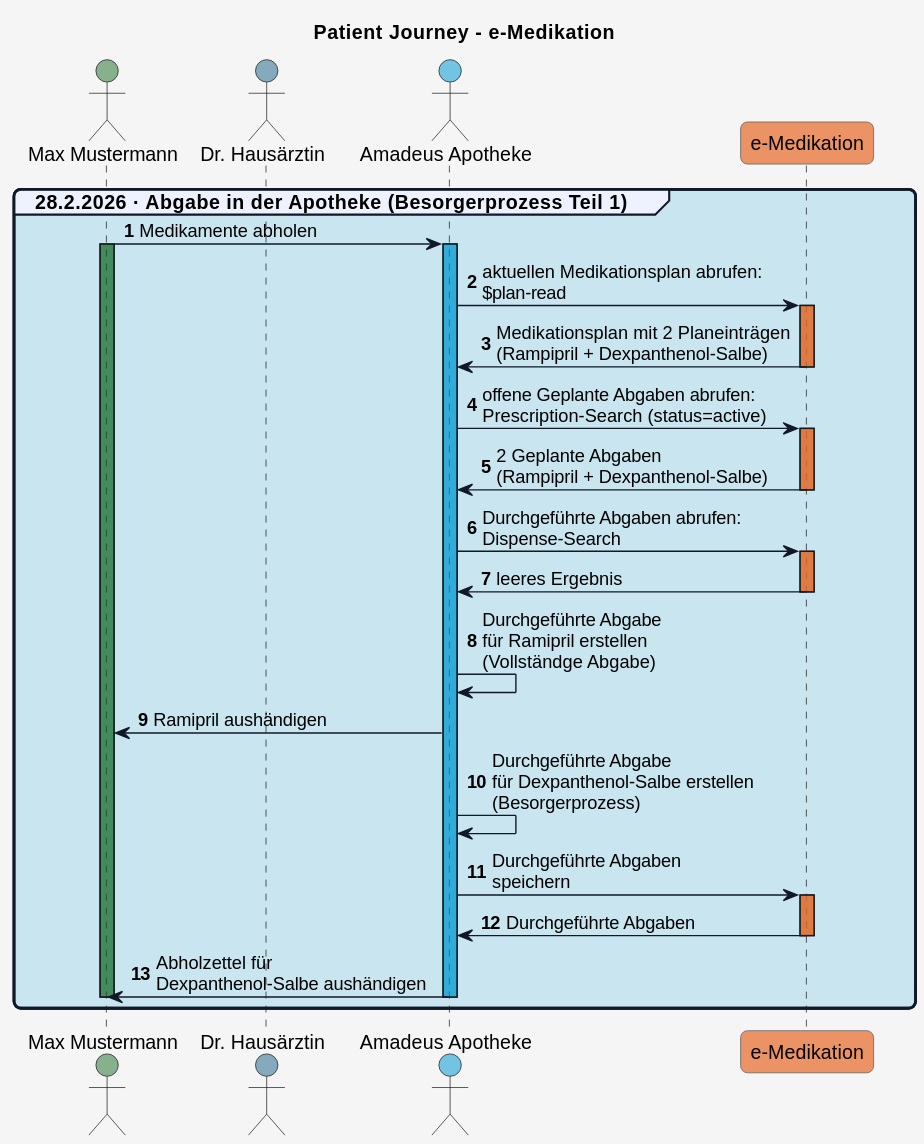
The PlantUML diagram r4-ELGA-e-Medikation-main/plantuml/patient_journey_04.svg in HL7Austria/hl7austria.github.io, before a commit.
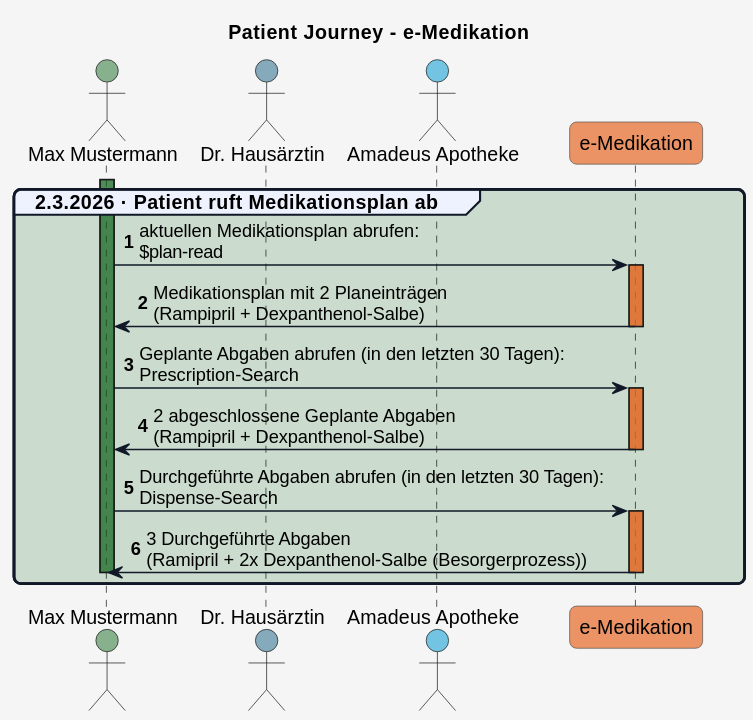
The same diagram one commit later.

Diff of the diagram source:
```diff
@@ -55,44 +55,28 @@
 actor Apotheke as "Amadeus Apotheke" COLOR_APO
 participant eMed_FA as "e-Medikation" COLOR_EMED_FA
 
-
 !define GROUP_ARZT          #96607D30
 !define GROUP_APO           #0F9ED530
 !define GROUP_KH           #beaf3c30
 !define GROUP_PAT           #196B2430
 
-
 autonumber
 
+group GROUP_PAT 2.3.2026 · Patient ruft Medikationsplan ab
 
-group GROUP_APO 28.2.2026 · Abgabe in der Apotheke (Besorgerprozess Teil 1)
-
-  Patient -> Apotheke: Medikamente abholen
   activate Patient COLOR_PATIENT
-  activate Apotheke COLOR_APO
-  Apotheke -> eMed_FA: aktuellen Medikationsplan abrufen:\n$plan-read
+  Patient -> eMed_FA: aktuellen Medikationsplan abrufen:\n$plan-read
   activate eMed_FA COLOR_EMED_FA
-  eMed_FA -> Apotheke: Medikationsplan mit 2 Planeinträgen\n(Rampipril + Dexpanthenol-Salbe)
+  eMed_FA -> Patient: Medikationsplan mit 2 Planeinträgen\n(Rampipril + Dexpanthenol-Salbe)
   deactivate eMed_FA
-  Apotheke -> eMed_FA: offene Geplante Abgaben abrufen:\nPrescription-Search (status=active)
+  Patient -> eMed_FA: Geplante Abgaben abrufen (in den letzten 30 Tagen):\nPrescription-Search
   activate eMed_FA COLOR_EMED_FA
-  eMed_FA -> Apotheke: 2 Geplante Abgaben\n(Rampipril + Dexpanthenol-Salbe)
+  eMed_FA -> Patient: 2 abgeschlossene Geplante Abgaben\n(Rampipril + Dexpanthenol-Salbe)
   deactivate eMed_FA
-  Apotheke -> eMed_FA: Durchgeführte Abgaben abrufen:\nDispense-Search
+  Patient -> eMed_FA: Durchgeführte Abgaben abrufen (in den letzten 30 Tagen):\nDispense-Search
   activate eMed_FA COLOR_EMED_FA
-  eMed_FA -> Apotheke: leeres Ergebnis
+  eMed_FA -> Patient: 3 Durchgeführte Abgaben\n(Ramipril + 2x Dexpanthenol-Salbe (Besorgerprozess))
   deactivate eMed_FA
-
-  Apotheke -> Apotheke: Durchgeführte Abgabe\nfür Ramipril erstellen\n(Vollständge Abgabe)
-  Apotheke -> Patient: Ramipril aushändigen
-  Apotheke -> Apotheke: Durchgeführte Abgabe\nfür Dexpanthenol-Salbe erstellen\n(Besorgerprozess)
-  Apotheke -> eMed_FA: Durchgeführte Abgaben\nspeichern
-  activate eMed_FA COLOR_EMED_FA
-  eMed_FA -> Apotheke: Durchgeführte Abgaben
-  deactivate eMed_FA
-  Apotheke -> Patient: Abholzettel für\nDexpanthenol-Salbe aushändigen
-  deactivate Apotheke
   deactivate Patient
-
 end
 @enduml
```
